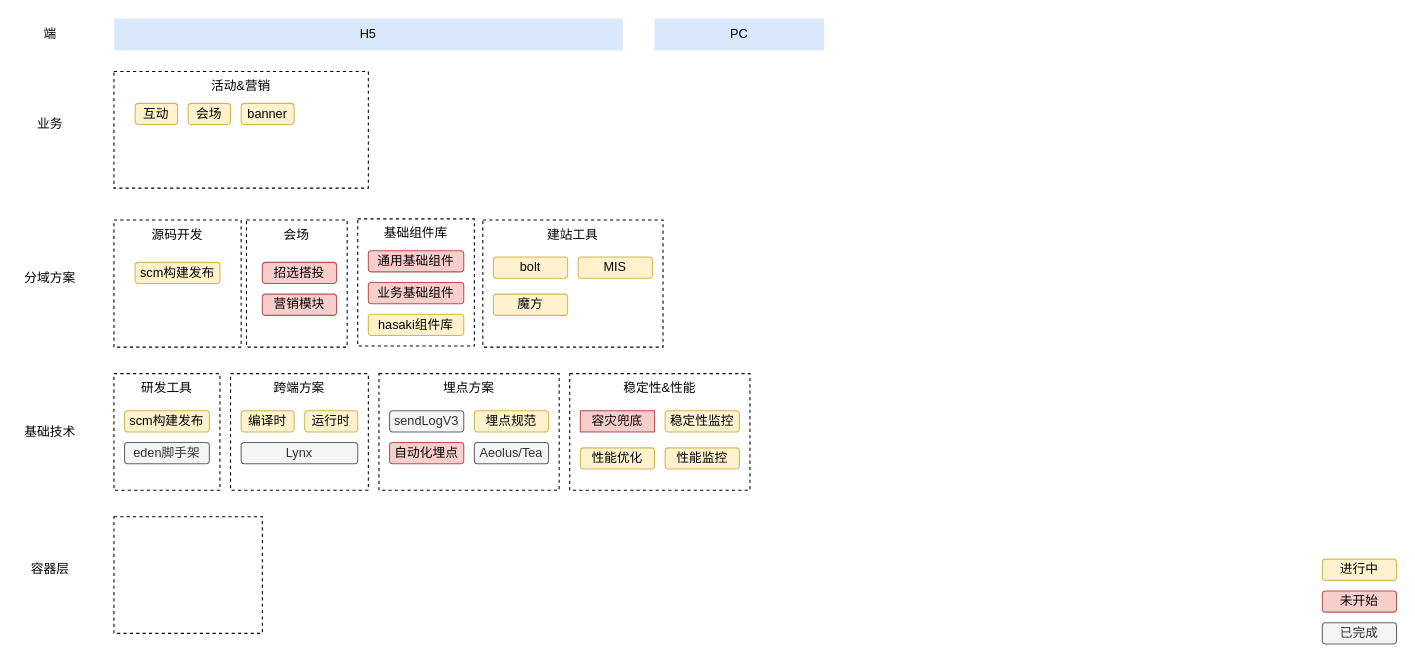
The draw.io diagram page "Page-1" (1 of 2) of Untitled Diagram.drawio in xiaoxiaociel/demos, before the edit. Source tidied: cells renumbered, new cells numbered last; positions are measured from the earlier drawing's top-left corner, leaving out a move shared by most shapes. Both pictures are drawn from the tidied source at 106%, with x=0, y=0 at pixel (18, 18).
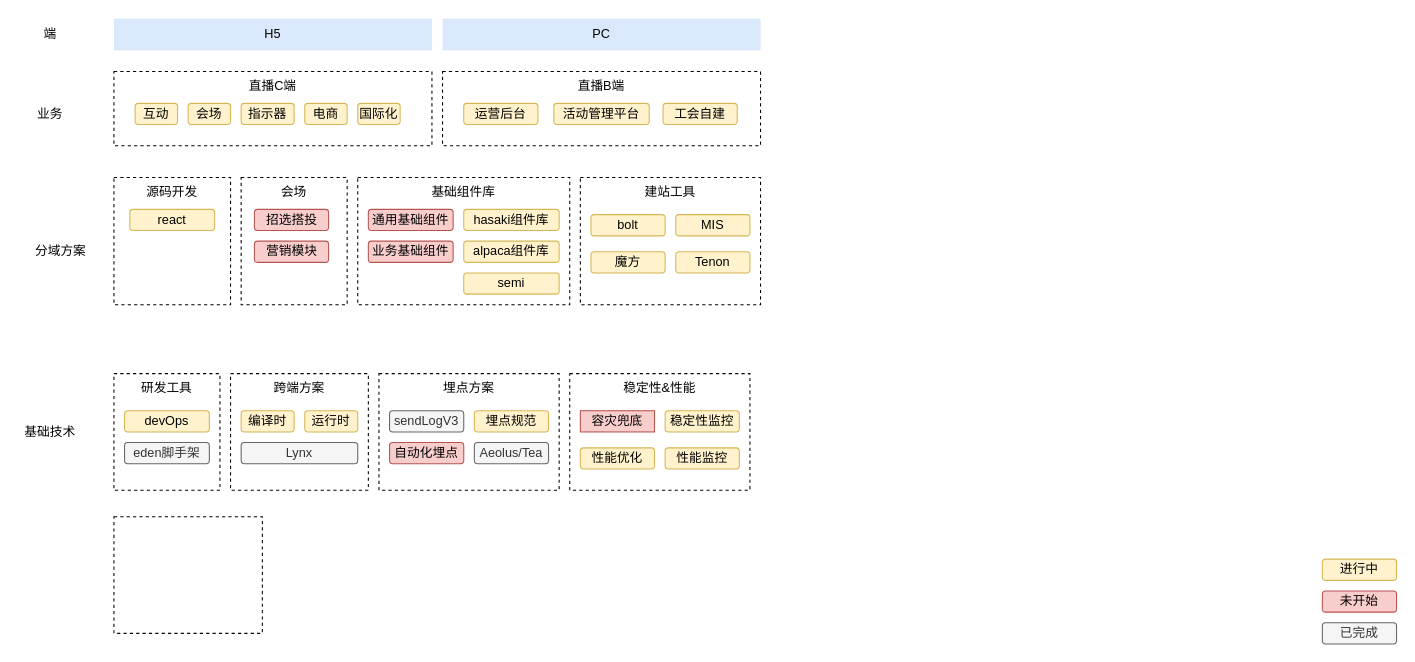
After the change.

Diff of the diagram source:
```diff
@@
-    <mxCell id="2" value="活动&amp;amp;营销" style="rounded=0;whiteSpace=wrap;html=1;verticalAlign=top;dashed=1;" parent="1" vertex="1">
-      <mxGeometry x="90" y="50" width="240" height="110" as="geometry" />
+    <mxCell id="2" value="直播C端" style="rounded=0;whiteSpace=wrap;html=1;verticalAlign=top;dashed=1;" parent="1" vertex="1">
+      <mxGeometry x="90" y="50" width="300" height="70" as="geometry" />
     </mxCell>
@@
     <mxCell id="4" value="业务" style="text;html=1;strokeColor=none;fillColor=none;align=center;verticalAlign=middle;whiteSpace=wrap;rounded=0;" parent="1" vertex="1">
-      <mxGeometry x="10" y="90" width="40" height="20" as="geometry" />
+      <mxGeometry x="10" y="80" width="40" height="20" as="geometry" />
     </mxCell>
     <mxCell id="5" value="H5" style="rounded=0;whiteSpace=wrap;html=1;fillColor=#dae8fc;strokeColor=none;" parent="1" vertex="1">
-      <mxGeometry x="90" width="480" height="30" as="geometry" />
+      <mxGeometry x="90" width="300" height="30" as="geometry" />
     </mxCell>
     <mxCell id="6" value="PC" style="rounded=0;whiteSpace=wrap;html=1;fillColor=#dae8fc;strokeColor=none;" parent="1" vertex="1">
-      <mxGeometry x="600" width="160" height="30" as="geometry" />
+      <mxGeometry x="400" width="300" height="30" as="geometry" />
     </mxCell>
@@
-    <mxCell id="9" value="banner" style="rounded=1;whiteSpace=wrap;html=1;fillColor=#fff2cc;strokeColor=#d6b656;" parent="1" vertex="1">
+    <mxCell id="9" value="指示器" style="rounded=1;whiteSpace=wrap;html=1;fillColor=#fff2cc;strokeColor=#d6b656;" parent="1" vertex="1">
       <mxGeometry x="210" y="80" width="50" height="20" as="geometry" />
     </mxCell>
     <mxCell id="10" value="源码开发" style="rounded=0;whiteSpace=wrap;html=1;verticalAlign=top;dashed=1;" parent="1" vertex="1">
-      <mxGeometry x="90" y="190" width="120" height="120" as="geometry" />
+      <mxGeometry x="90" y="150" width="110" height="120" as="geometry" />
     </mxCell>
@@
     <mxCell id="12" value="分域方案" style="text;html=1;strokeColor=none;fillColor=none;align=center;verticalAlign=middle;whiteSpace=wrap;rounded=0;" parent="1" vertex="1">
-      <mxGeometry y="235" width="60" height="20" as="geometry" />
+      <mxGeometry x="10" y="210" width="60" height="20" as="geometry" />
     </mxCell>
-    <mxCell id="13" value="容器层" style="text;html=1;strokeColor=none;fillColor=none;align=center;verticalAlign=middle;whiteSpace=wrap;rounded=0;" parent="1" vertex="1">
-      <mxGeometry y="510" width="60" height="20" as="geometry" />
-    </mxCell>
@@
-    <mxCell id="18" value="scm构建发布" style="rounded=1;whiteSpace=wrap;html=1;fillColor=#fff2cc;strokeColor=#d6b656;" parent="1" vertex="1">
+    <mxCell id="18" value="devOps" style="rounded=1;whiteSpace=wrap;html=1;fillColor=#fff2cc;strokeColor=#d6b656;" parent="1" vertex="1">
       <mxGeometry x="100" y="370" width="80" height="20" as="geometry" />
     </mxCell>
@@
-    <mxCell id="38" value="scm构建发布" style="rounded=1;whiteSpace=wrap;html=1;fillColor=#fff2cc;strokeColor=#d6b656;" parent="1" vertex="1">
-      <mxGeometry x="110" y="230" width="80" height="20" as="geometry" />
+    <mxCell id="38" value="react" style="rounded=1;whiteSpace=wrap;html=1;fillColor=#fff2cc;strokeColor=#d6b656;" parent="1" vertex="1">
+      <mxGeometry x="105" y="180" width="80" height="20" as="geometry" />
     </mxCell>
     <mxCell id="39" value="会场" style="rounded=0;whiteSpace=wrap;html=1;verticalAlign=top;dashed=1;" parent="1" vertex="1">
-      <mxGeometry x="215" y="190" width="95" height="120" as="geometry" />
+      <mxGeometry x="210" y="150" width="100" height="120" as="geometry" />
     </mxCell>
     <mxCell id="40" style="group;" parent="1" vertex="1">
-      <mxGeometry x="320" y="189" width="110" height="120" as="geometry" />
+      <mxGeometry x="320" y="150" width="200" height="120" as="geometry" />
     </mxCell>
     <mxCell id="41" value="基础组件库" style="rounded=0;whiteSpace=wrap;html=1;verticalAlign=top;dashed=1;" parent="40" vertex="1">
-      <mxGeometry width="110" height="120" as="geometry" />
+      <mxGeometry width="200" height="120" as="geometry" />
     </mxCell>
     <mxCell id="42" value="通用基础组件" style="rounded=1;whiteSpace=wrap;html=1;fillColor=#f8cecc;strokeColor=#b85450;" parent="40" vertex="1">
-      <mxGeometry x="10" y="30" width="90" height="20" as="geometry" />
+      <mxGeometry x="10" y="30" width="80" height="20" as="geometry" />
     </mxCell>
     <mxCell id="43" value="业务基础组件" style="rounded=1;whiteSpace=wrap;html=1;fillColor=#f8cecc;strokeColor=#b85450;" parent="40" vertex="1">
-      <mxGeometry x="10" y="60" width="90" height="20" as="geometry" />
+      <mxGeometry x="10" y="60" width="80" height="20" as="geometry" />
     </mxCell>
     <mxCell id="44" value="hasaki组件库" style="rounded=1;whiteSpace=wrap;html=1;fillColor=#fff2cc;strokeColor=#d6b656;" parent="40" vertex="1">
-      <mxGeometry x="10" y="90" width="90" height="20" as="geometry" />
+      <mxGeometry x="100" y="30" width="90" height="20" as="geometry" />
     </mxCell>
+    <mxCell id="52" value="alpaca组件库" style="rounded=1;whiteSpace=wrap;html=1;fillColor=#fff2cc;strokeColor=#d6b656;" parent="40" vertex="1">
+      <mxGeometry x="100" y="60" width="90" height="20" as="geometry" />
+    </mxCell>
+    <mxCell id="53" value="semi" style="rounded=1;whiteSpace=wrap;html=1;fillColor=#fff2cc;strokeColor=#d6b656;" parent="40" vertex="1">
+      <mxGeometry x="100" y="90" width="90" height="20" as="geometry" />
+    </mxCell>
     <mxCell id="45" value="招选搭投" style="rounded=1;whiteSpace=wrap;html=1;fillColor=#f8cecc;strokeColor=#b85450;" parent="1" vertex="1">
-      <mxGeometry x="230" y="230" width="70" height="20" as="geometry" />
+      <mxGeometry x="222.5" y="180" width="70" height="20" as="geometry" />
     </mxCell>
     <mxCell id="46" value="营销模块" style="rounded=1;whiteSpace=wrap;html=1;fillColor=#f8cecc;strokeColor=#b85450;" parent="1" vertex="1">
-      <mxGeometry x="230" y="260" width="70" height="20" as="geometry" />
+      <mxGeometry x="222.5" y="210" width="70" height="20" as="geometry" />
     </mxCell>
     <mxCell id="47" value="建站工具" style="rounded=0;whiteSpace=wrap;html=1;verticalAlign=top;dashed=1;" parent="1" vertex="1">
-      <mxGeometry x="438" y="190" width="170" height="120" as="geometry" />
+      <mxGeometry x="530" y="150" width="170" height="120" as="geometry" />
     </mxCell>
     <mxCell id="48" style="group;" parent="1" vertex="1">
-      <mxGeometry x="448" y="225" width="150" height="55" as="geometry" />
+      <mxGeometry x="540" y="185" width="150" height="55" as="geometry" />
     </mxCell>
@@
+    <mxCell id="54" value="电商" style="rounded=1;whiteSpace=wrap;html=1;fillColor=#fff2cc;strokeColor=#d6b656;" parent="1" vertex="1">
+      <mxGeometry x="270" y="80" width="40" height="20" as="geometry" />
+    </mxCell>
+    <mxCell id="55" value="国际化" style="rounded=1;whiteSpace=wrap;html=1;fillColor=#fff2cc;strokeColor=#d6b656;" parent="1" vertex="1">
+      <mxGeometry x="320" y="80" width="40" height="20" as="geometry" />
+    </mxCell>
+    <mxCell id="56" value="直播B端" style="rounded=0;whiteSpace=wrap;html=1;verticalAlign=top;dashed=1;" parent="1" vertex="1">
+      <mxGeometry x="400" y="50" width="300" height="70" as="geometry" />
+    </mxCell>
+    <mxCell id="57" value="运营后台" style="rounded=1;whiteSpace=wrap;html=1;fillColor=#fff2cc;strokeColor=#d6b656;" parent="1" vertex="1">
+      <mxGeometry x="420" y="80" width="70" height="20" as="geometry" />
+    </mxCell>
+    <mxCell id="58" value="活动管理平台" style="rounded=1;whiteSpace=wrap;html=1;fillColor=#fff2cc;strokeColor=#d6b656;" parent="1" vertex="1">
+      <mxGeometry x="505" y="80" width="90" height="20" as="geometry" />
+    </mxCell>
+    <mxCell id="59" value="工会自建" style="rounded=1;whiteSpace=wrap;html=1;fillColor=#fff2cc;strokeColor=#d6b656;" parent="1" vertex="1">
+      <mxGeometry x="608" y="80" width="70" height="20" as="geometry" />
+    </mxCell>
+    <mxCell id="60" value="Tenon" style="rounded=1;whiteSpace=wrap;html=1;fillColor=#fff2cc;strokeColor=#d6b656;" parent="1" vertex="1">
+      <mxGeometry x="620" y="220" width="70" height="20" as="geometry" />
+    </mxCell>
```
